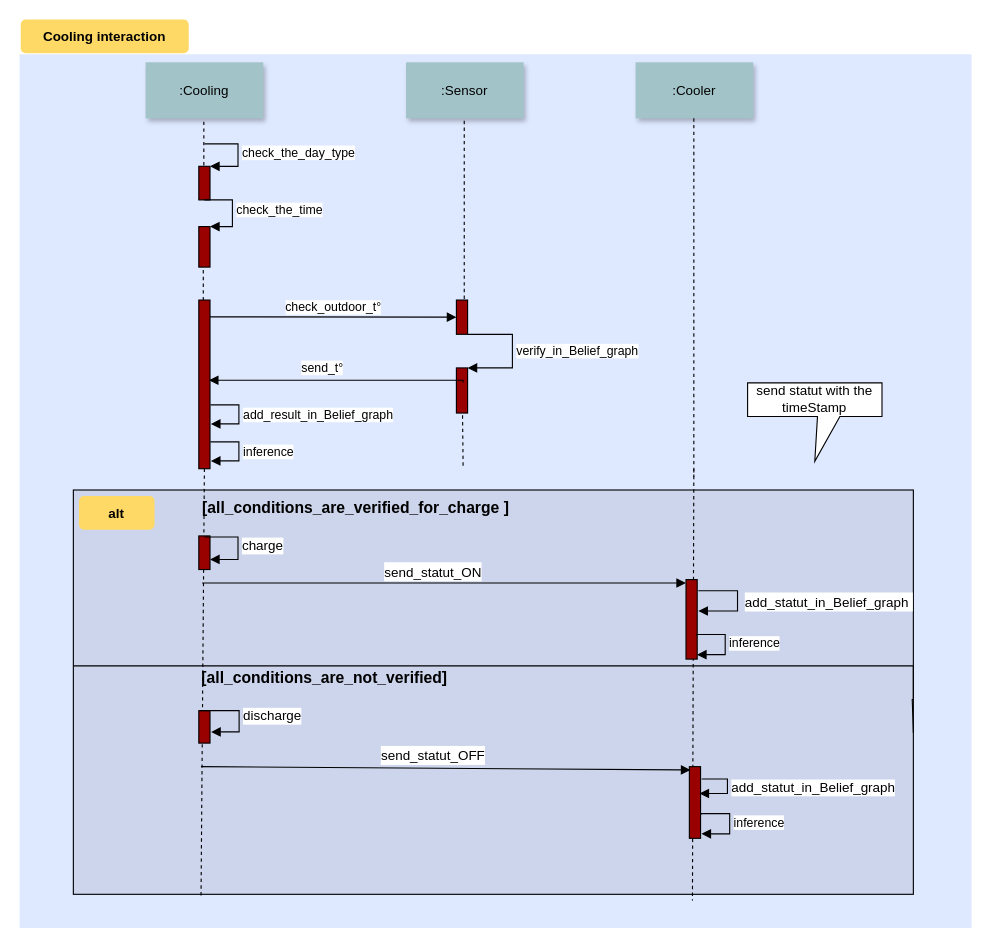
Above: page "Page-1" (1 of 4) of Untitled Diagram.drawio in MiriamZawadi/-checs (draw.io), before the change. Source tidied: cells renumbered, new cells numbered last; positions are measured from the earlier drawing's top-left corner, leaving out a move shared by most shapes. Both pictures are drawn from the tidied source at 112%, with x=0, y=0 at pixel (19, 19).
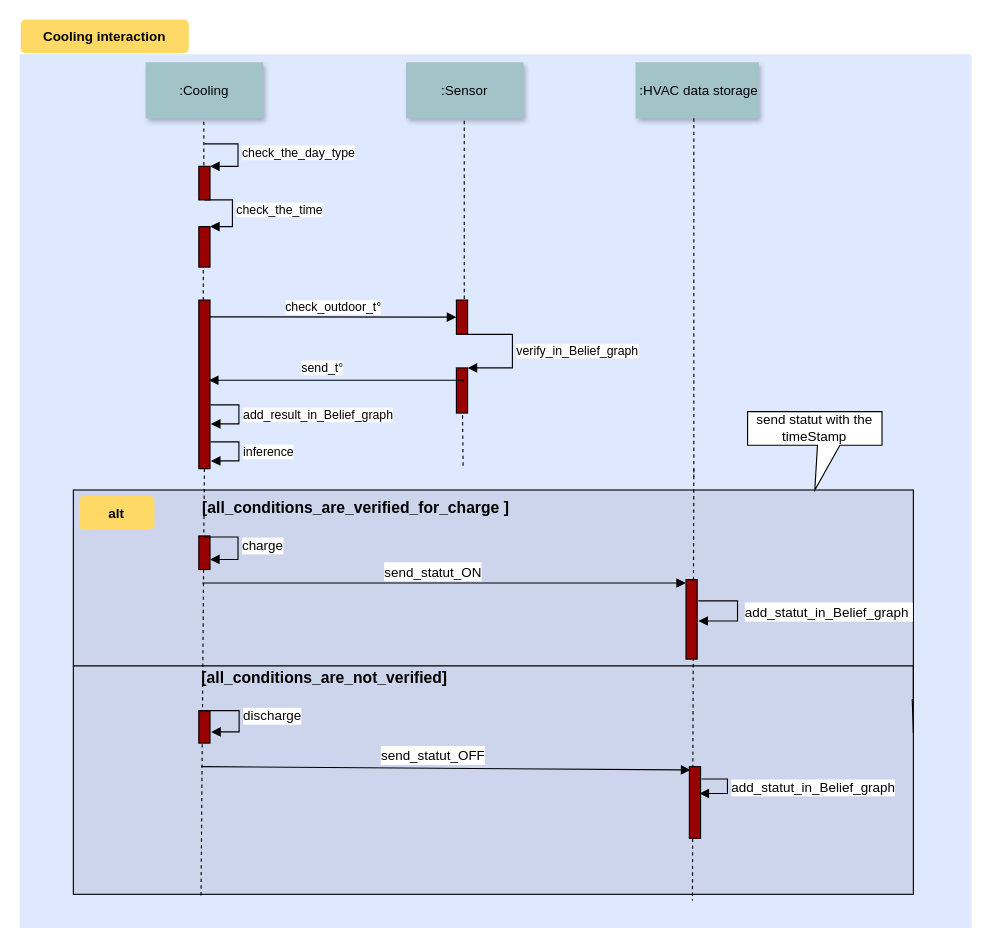
The same diagram, later.

The edit, as a diff of the source:
```diff
@@
-    <mxCell id="8" value=":Cooler" style="shadow=1;fillColor=#A2C4C9;strokeColor=none;" parent="1" vertex="1">
-      <mxGeometry x="550" y="38.1" width="105" height="50" as="geometry" />
+    <mxCell id="8" value=" :HVAC data storage" style="shadow=1;fillColor=#A2C4C9;strokeColor=none;" parent="1" vertex="1">
+      <mxGeometry x="550" y="38.1" width="110" height="50" as="geometry" />
     </mxCell>
@@
     <mxCell id="35" value="&lt;font style=&quot;font-size: 12px;&quot;&gt;add_statut_in_Belief_graph&lt;/font&gt;&amp;nbsp;" style="edgeStyle=orthogonalEdgeStyle;html=1;align=left;spacingLeft=2;endArrow=block;rounded=0;entryX=1;entryY=0;fontSize=14;fillColor=#990000;" parent="1" edge="1">
       <mxGeometry x="0.02" y="3" relative="1" as="geometry">
-        <mxPoint x="606" y="510" as="sourcePoint" />
-        <mxPoint x="606" y="528" as="targetPoint" />
+        <mxPoint x="606" y="519" as="sourcePoint" />
+        <mxPoint x="606" y="537" as="targetPoint" />
         <Array as="points">
-          <mxPoint x="641" y="510" />
-          <mxPoint x="641" y="528" />
+          <mxPoint x="641" y="519" />
+          <mxPoint x="641" y="537" />
         </Array>
       </mxGeometry>
     </mxCell>
@@
     <mxCell id="42" value="send statut with the timeStamp" style="shape=callout;whiteSpace=wrap;html=1;perimeter=calloutPerimeter;fontSize=12;fillColor=#FFFFFF;size=40;position=0.52;" parent="1" vertex="1">
-      <mxGeometry x="650" y="324.4" width="120" height="70" as="geometry" />
+      <mxGeometry x="650" y="350" width="120" height="70" as="geometry" />
     </mxCell>
@@
-    <mxCell id="44" value="inference" style="edgeStyle=orthogonalEdgeStyle;html=1;align=left;spacingLeft=2;endArrow=block;rounded=0;fillColor=#990000;" parent="1" edge="1">
-      <mxGeometry relative="1" as="geometry">
-        <mxPoint x="604.4" y="550" as="sourcePoint" />
-        <mxPoint x="604.8" y="567" as="targetPoint" />
-        <Array as="points">
-          <mxPoint x="604" y="549" />
-          <mxPoint x="630" y="549" />
-          <mxPoint x="630" y="567" />
-        </Array>
-      </mxGeometry>
-    </mxCell>
-    <mxCell id="45" value="inference" style="edgeStyle=orthogonalEdgeStyle;html=1;align=left;spacingLeft=2;endArrow=block;rounded=0;fillColor=#990000;" parent="1" edge="1">
-      <mxGeometry relative="1" as="geometry">
-        <mxPoint x="608.4" y="710" as="sourcePoint" />
-        <mxPoint x="608.8" y="727" as="targetPoint" />
-        <Array as="points">
-          <mxPoint x="608" y="709" />
-          <mxPoint x="634" y="709" />
-          <mxPoint x="634" y="727" />
-        </Array>
-      </mxGeometry>
-    </mxCell>
```
